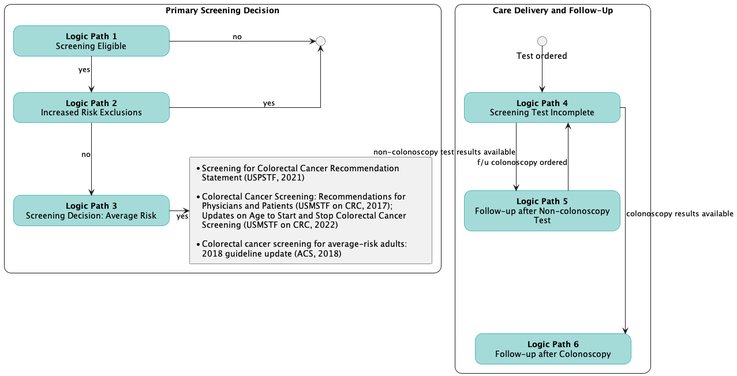
Above: images/flow-HighLevel.png in ccsm-cds-tools/CDC-Colorectal-Cancer-Screening-CDS-L2 (PlantUML), before the change.
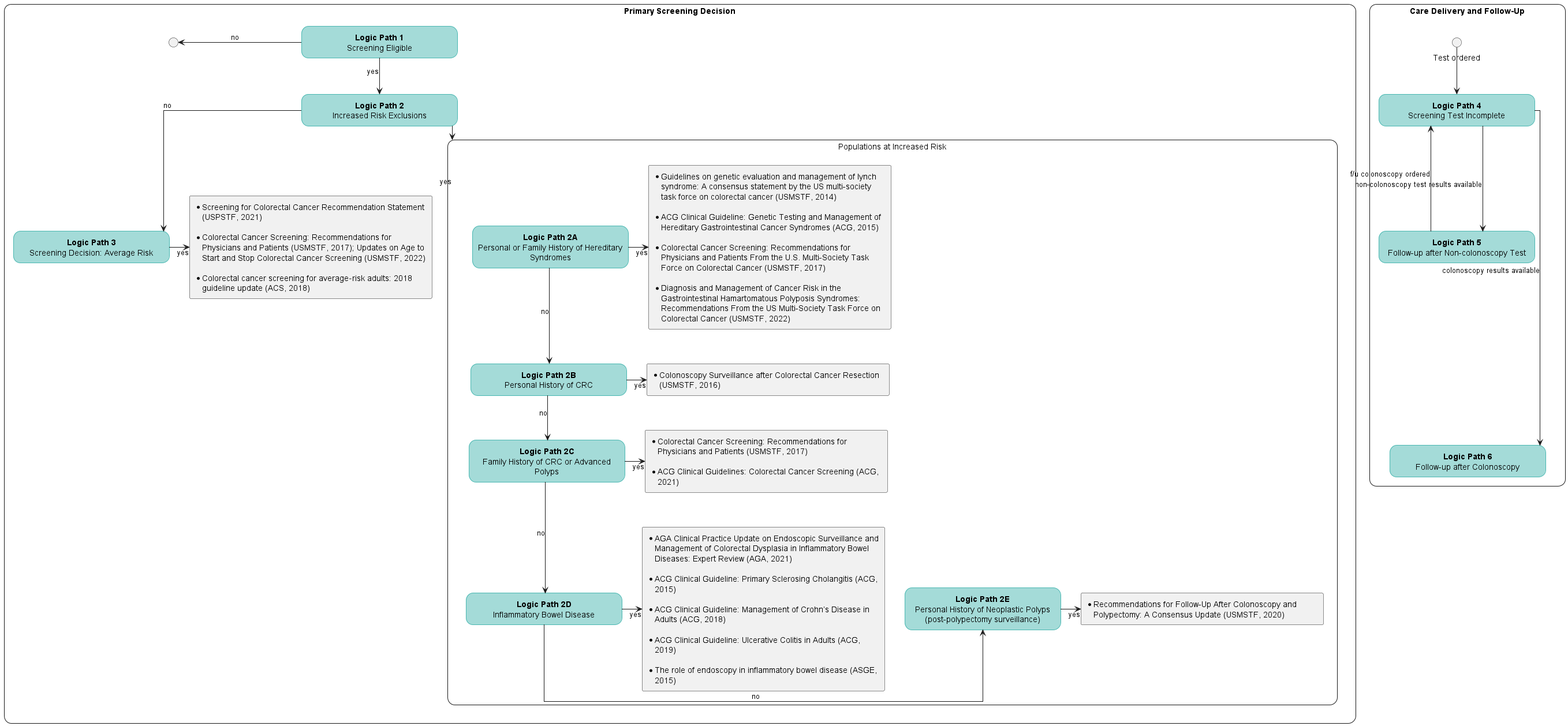
The same file after the commit.

Diff of the diagram source:
```diff
@@ -36,7 +36,7 @@
     rectangle "**Logic Path 3**\nScreening Decision: Average Risk" <<roundbox>> as path_avg_risk
 
 
-        rectangle "* Screening for Colorectal Cancer Recommendation Statement (USPSTF, 2021)\n\n* Colorectal Cancer Screening: Recommendations for Physicians and Patients (USMSTF on CRC, 2017); Updates on Age to Start and Stop Colorectal Cancer Screening (USMSTF on CRC, 2022)\n\n* Colorectal cancer screening for average‐risk adults: 2018 guideline update (ACS, 2018)" <<citation>> as ref_avg_risk
+        rectangle "* Screening for Colorectal Cancer Recommendation Statement (USPSTF, 2021)\n\n* Colorectal Cancer Screening: Recommendations for Physicians and Patients (USMSTF, 2017); Updates on Age to Start and Stop Colorectal Cancer Screening (USMSTF, 2022)\n\n* Colorectal cancer screening for average‐risk adults: 2018 guideline update (ACS, 2018)" <<citation>> as ref_avg_risk
 
 
 
@@ -44,11 +44,34 @@
 
     circle "<U+0000>" as end_connector
 
+    rectangle "Populations at Increased Risk" <<main>> as increased_risk {
+    rectangle "**Logic Path 2A**\nPersonal or Family History of Hereditary Syndromes" <<roundbox>> as path_crc_syndromes
+        rectangle "*Guidelines on genetic evaluation and management of lynch syndrome: A consensus statement by the US multi-society task force on colorectal cancer (USMSTF, 2014)\n\n* ACG Clinical Guideline: Genetic Testing and Management of Hereditary Gastrointestinal Cancer Syndromes (ACG, 2015)\n\n* Colorectal Cancer Screening: Recommendations for Physicians and Patients From the U.S. Multi-Society Task Force on Colorectal Cancer (USMSTF, 2017)\n\n* Diagnosis and Management of Cancer Risk in the Gastrointestinal Hamartomatous Polyposis Syndromes: Recommendations From the US Multi-Society Task Force on Colorectal Cancer (USMSTF, 2022)" <<citation>> as ref_syndromes
+    rectangle "**Logic Path 2B**\nPersonal History of CRC" <<roundbox>> as path_hx_crc
+        rectangle "*Colonoscopy Surveillance after Colorectal Cancer Resection (USMSTF, 2016)" <<citation>> <<red>> as ref_usmstf_crc
+    rectangle "**Logic Path 2C**\nFamily History of CRC or Advanced Polyps" <<roundbox>> as path_fam_hx_crc
+        rectangle "*Colorectal Cancer Screening: Recommendations for Physicians and Patients (USMSTF, 2017)\n\n* ACG Clinical Guidelines: Colorectal Cancer Screening (ACG, 2021)" <<citation>> as ref_fam_hx_crc
+    rectangle "**Logic Path 2D**\nInflammatory Bowel Disease" <<roundbox>> as path_ibd
+        rectangle "*AGA Clinical Practice Update on Endoscopic Surveillance and Management of Colorectal Dysplasia in Inflammatory Bowel Diseases: Expert Review (AGA, 2021)\n\n* ACG Clinical Guideline: Primary Sclerosing Cholangitis (ACG, 2015)\n\n* ACG Clinical Guideline: Management of Crohn’s Disease in Adults (ACG, 2018)\n\n* ACG Clinical Guideline: Ulcerative Colitis in Adults (ACG, 2019)\n\n* The role of endoscopy in inflammatory bowel disease (ASGE, 2015)" <<citation>> as ref_ibd
+    rectangle "**Logic Path 2E**\nPersonal History of Neoplastic Polyps (post-polypectomy surveillance)" <<roundbox>> as path_polyps
+        rectangle "*Recommendations for Follow-Up After Colonoscopy and Polypectomy: A Consensus Update (USMSTF, 2020)" <<citation>> as ref_usmstf_polyps
+
+    path_crc_syndromes -d-> path_hx_crc: no
+    path_crc_syndromes -r-> ref_syndromes: yes
+    path_hx_crc -d-> path_fam_hx_crc: no
+    path_hx_crc -r-> ref_usmstf_crc: yes
+    path_fam_hx_crc -d-> path_ibd: no
+    path_fam_hx_crc -r-> ref_fam_hx_crc: yes
+    path_ibd -r-> path_polyps: no
+    path_ibd -r-> ref_ibd: yes
+    path_polyps -r-> ref_usmstf_polyps: yes
+    }
+
     path_eligible -d-> path_inc_risk_exc: yes
+    path_inc_risk_exc -d-> increased_risk: yes
     path_inc_risk_exc -d-> path_avg_risk: no
     path_avg_risk -r-> ref_avg_risk: yes
     path_eligible -[norank]--> end_connector: no
-    path_inc_risk_exc -[norank]---> end_connector: yes
 }
 
 rectangle "**Care Delivery and Follow-Up**" <<main>> as followup {
```
